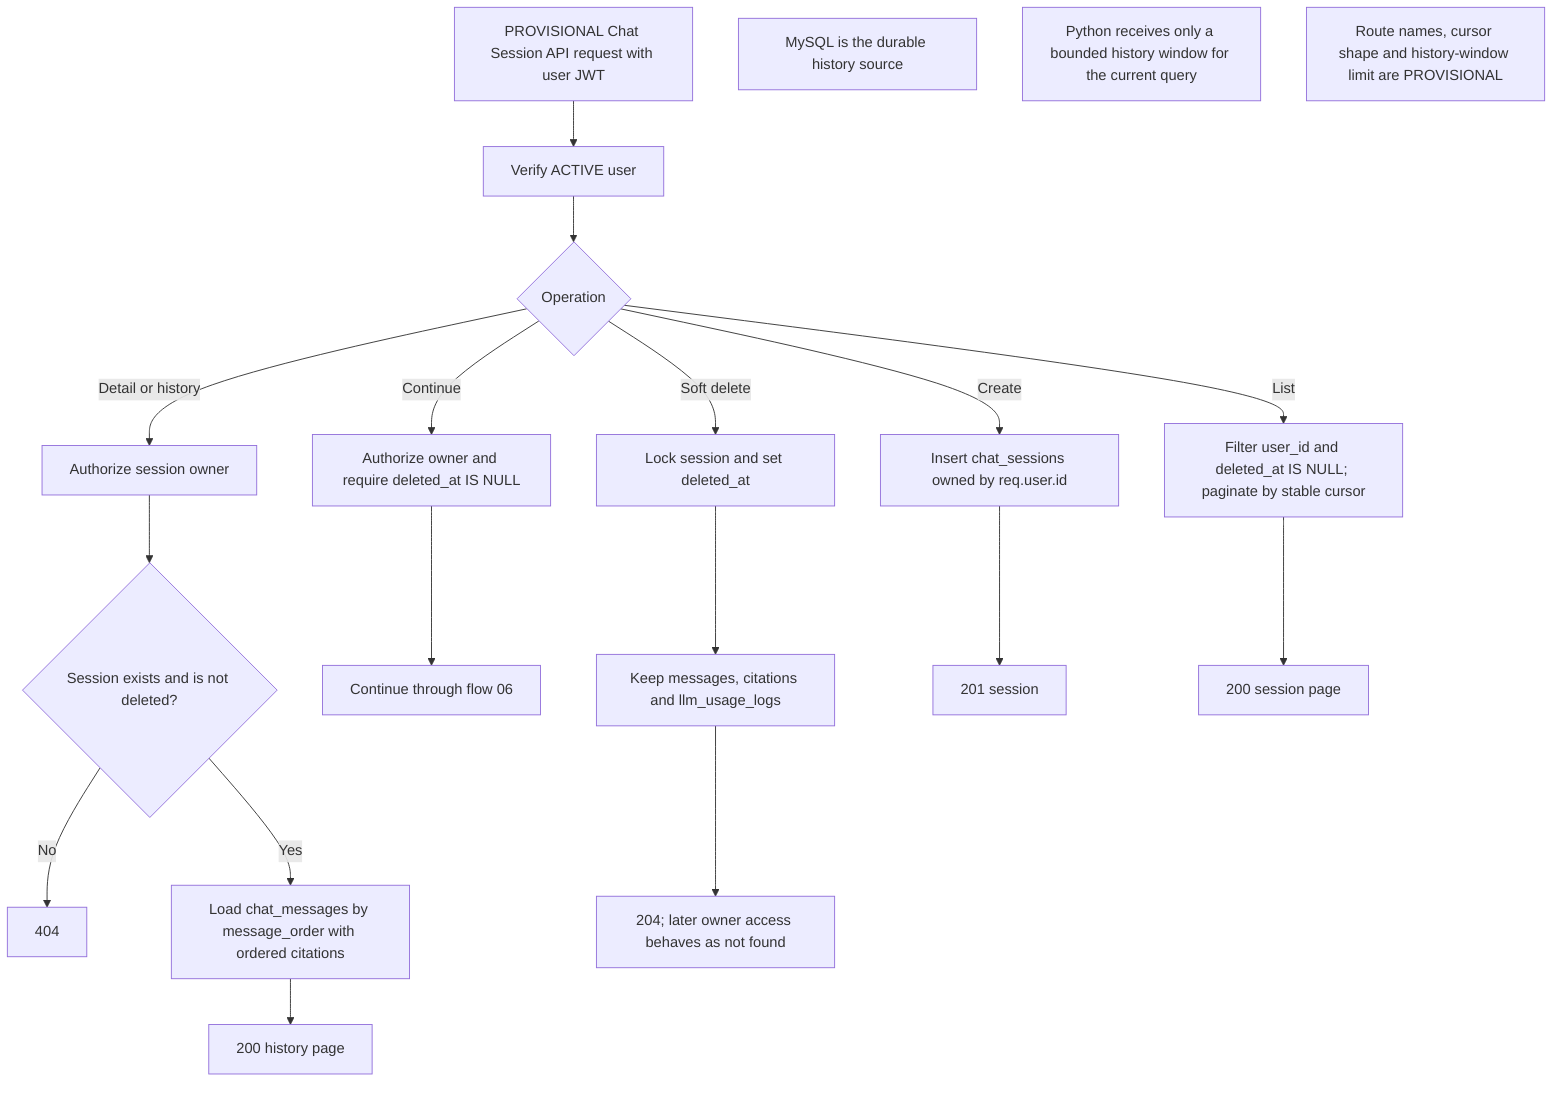
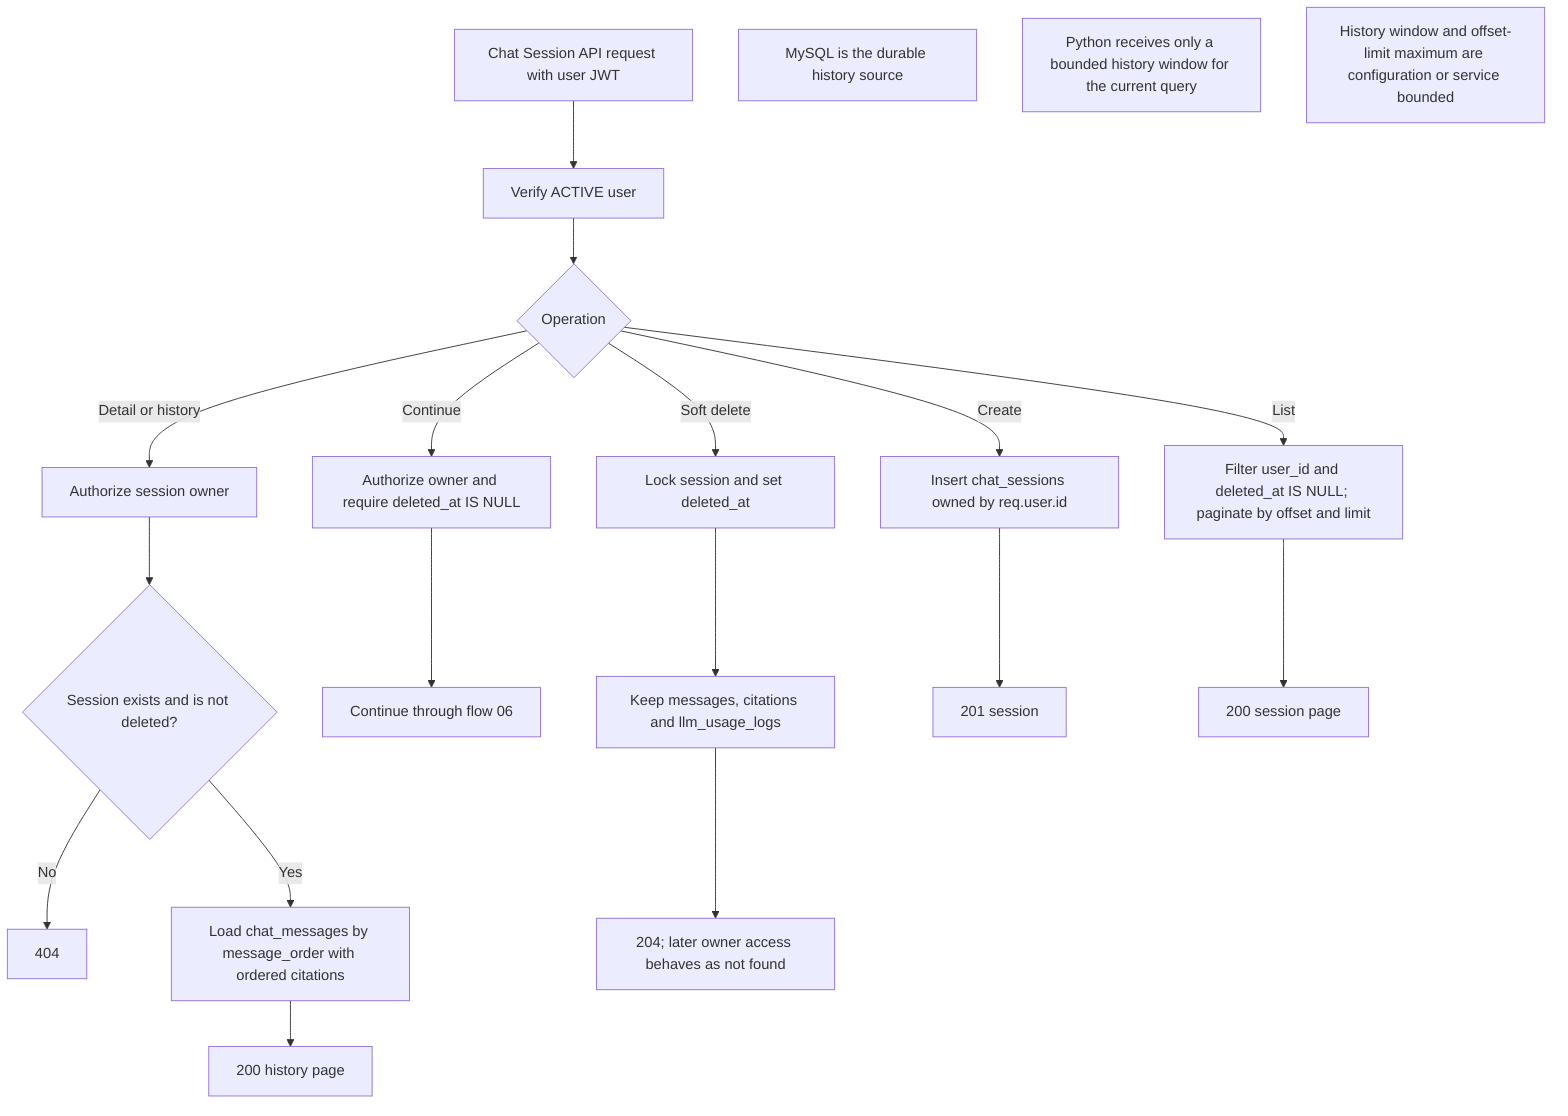
- %% 08 Chat history | Status: PROVISIONAL public routes, schema-accurate persistence
+ %% 08 Chat history | Status: MVP IMPLEMENTED
flowchart TB
-   A[PROVISIONAL Chat Session API request with user JWT] --> B[Verify ACTIVE user]
+   A[Chat Session API request with user JWT] --> B[Verify ACTIVE user]
  B --> C{Operation}
  C -->|Create| D[Insert chat_sessions owned by req.user.id]
-   C -->|List| E[Filter user_id and deleted_at IS NULL; paginate by stable cursor]
+   C -->|List| E[Filter user_id and deleted_at IS NULL; paginate by offset and limit]
  C -->|Detail or history| F[Authorize session owner]
  C -->|Continue| G[Authorize owner and require deleted_at IS NULL]
  C -->|Soft delete| H[Lock session and set deleted_at]

  F --> I{Session exists and is not deleted?}
  I -->|No| J[404]
  I -->|Yes| K[Load chat_messages by message_order with ordered citations]
  G --> L[Continue through flow 06]
  H --> M[Keep messages, citations and llm_usage_logs]

  D --> N[201 session]
  E --> O[200 session page]
  K --> P[200 history page]
  M --> Q[204; later owner access behaves as not found]

  Note1[MySQL is the durable history source]
  Note2[Python receives only a bounded history window for the current query]
-   Note3[Route names, cursor shape and history-window limit are PROVISIONAL]
+   Note3[History window and offset-limit maximum are configuration or service bounded]
